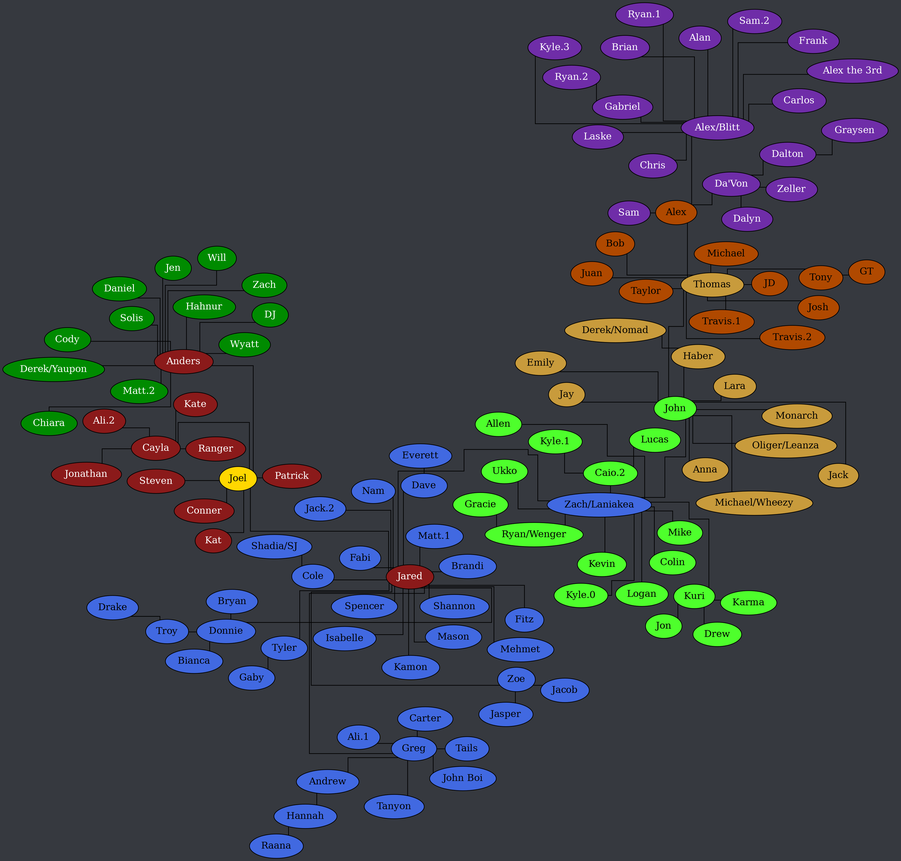
Earlier version of the Graphviz export tree.png (Documidas/CoronaCatzFamilyTree). Its source is kept beside it as tree.dot.
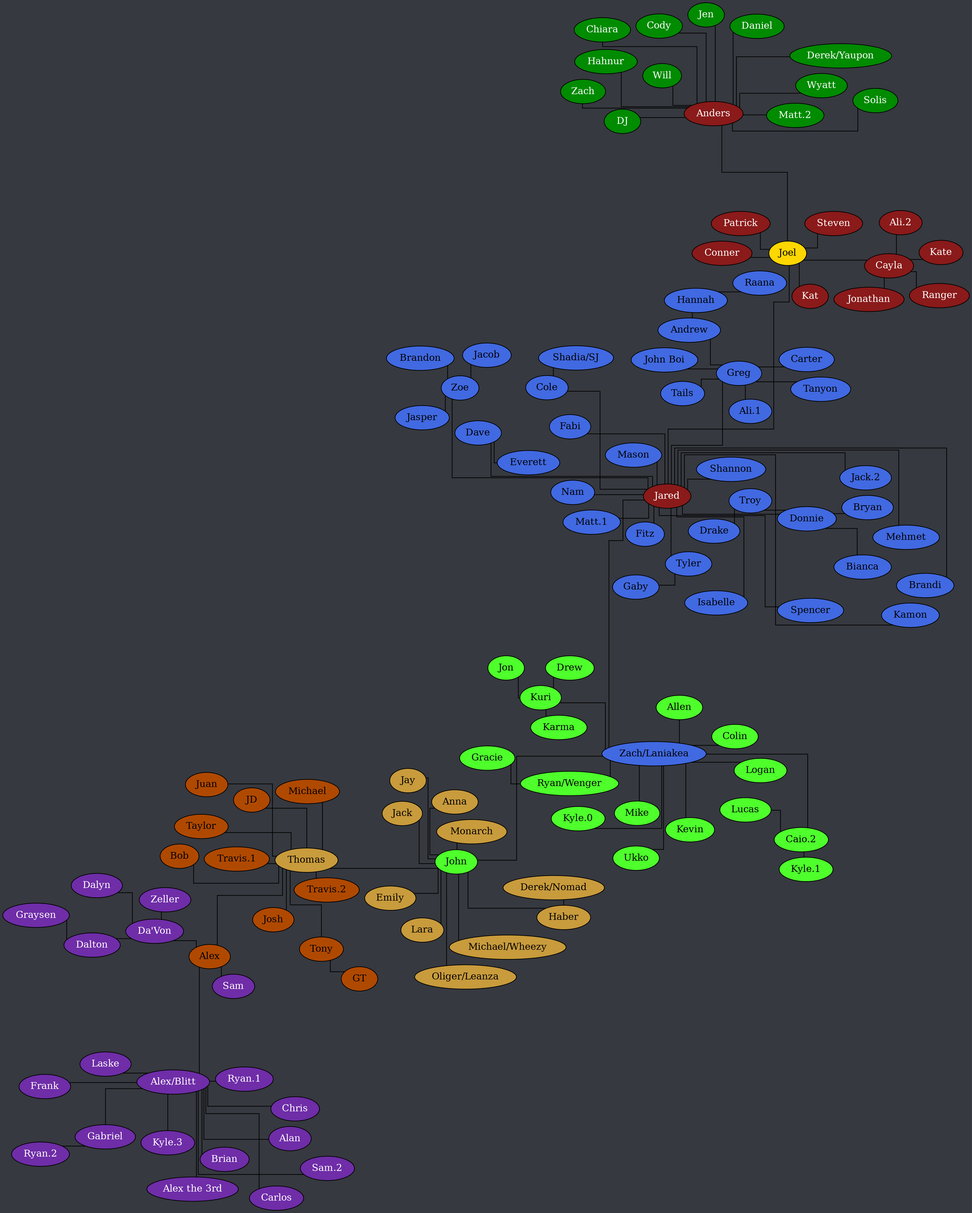
Above is the later version.

Change to the diagram source:
```diff
@@ -82,6 +82,7 @@
 		Jared -- Zoe;
 		Troy -- Drake;
 		Tyler -- Gaby;
+		Zoe -- Brandon;
 		Zoe -- Jasper;
 		Zoe -- Jacob;
 	}
```
